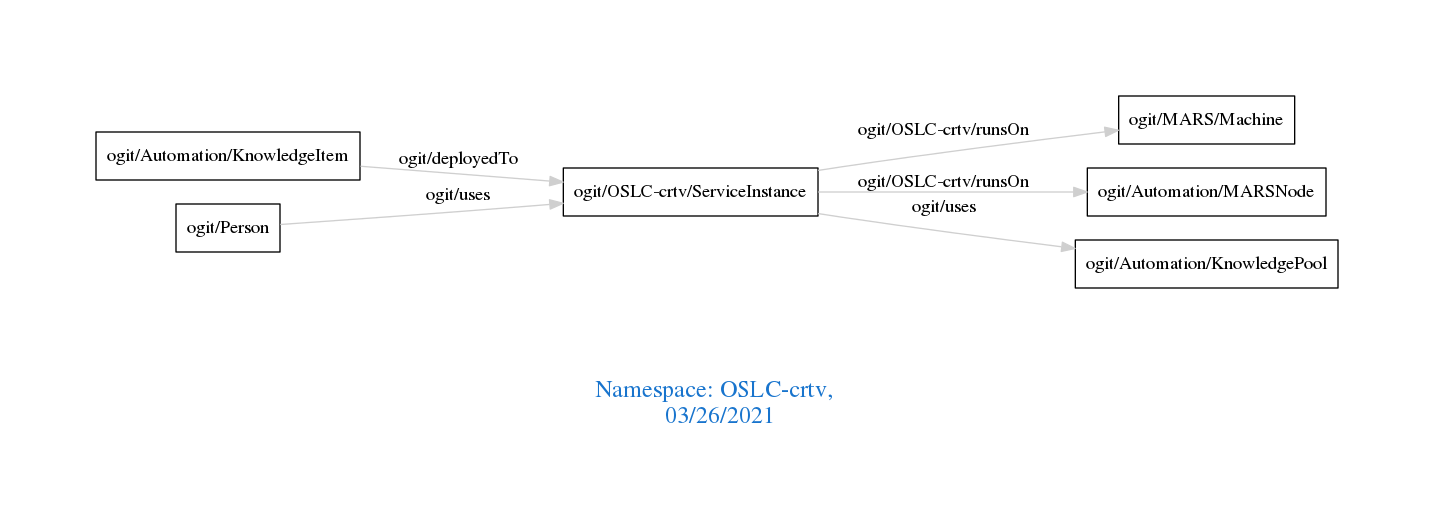
Before: downloads/OSLC-crtv.png, a diagram exported from Graphviz (arago/OGIT). Its source is kept beside it as downloads/OSLC-crtv.dot. Source of this version:
```dot
digraph OGIT_ontology {
 graph [ rankdir= LR,pad=1
fontsize = 18,
fontcolor= dodgerblue3,label = "\n\n\nNamespace: OSLC-crtv, \n 03/26/2021"];
node[shape=polygon];
edge [  color="gray81"];

   "ogit/Automation/KnowledgeItem" -> "ogit/OSLC-crtv/ServiceInstance" [label="   ogit/deployedTo    "];
   "ogit/OSLC-crtv/ServiceInstance" -> "ogit/MARS/Machine" [label="   ogit/OSLC-crtv/runsOn    "];
   "ogit/OSLC-crtv/ServiceInstance" -> "ogit/Automation/MARSNode" [label="   ogit/OSLC-crtv/runsOn    "];
   "ogit/OSLC-crtv/ServiceInstance" -> "ogit/Automation/KnowledgePool" [label="   ogit/uses    "];
   "ogit/Person" -> "ogit/OSLC-crtv/ServiceInstance" [label="   ogit/uses    "];
}
```
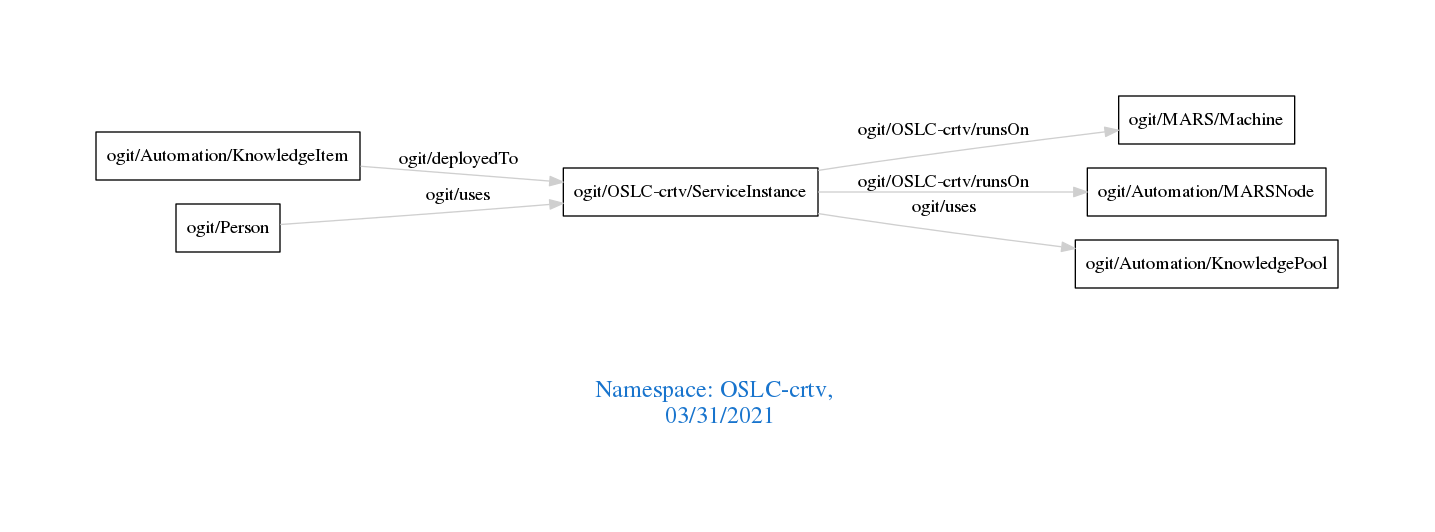
After the commit.

The edit, as a diff of the source:
```diff
@@ -1,7 +1,7 @@
 digraph OGIT_ontology {
  graph [ rankdir= LR,pad=1
 fontsize = 18,
-fontcolor= dodgerblue3,label = "\n\n\nNamespace: OSLC-crtv, \n 03/26/2021"];
+fontcolor= dodgerblue3,label = "\n\n\nNamespace: OSLC-crtv, \n 03/31/2021"];
 node[shape=polygon];
 edge [  color="gray81"];
 
```
